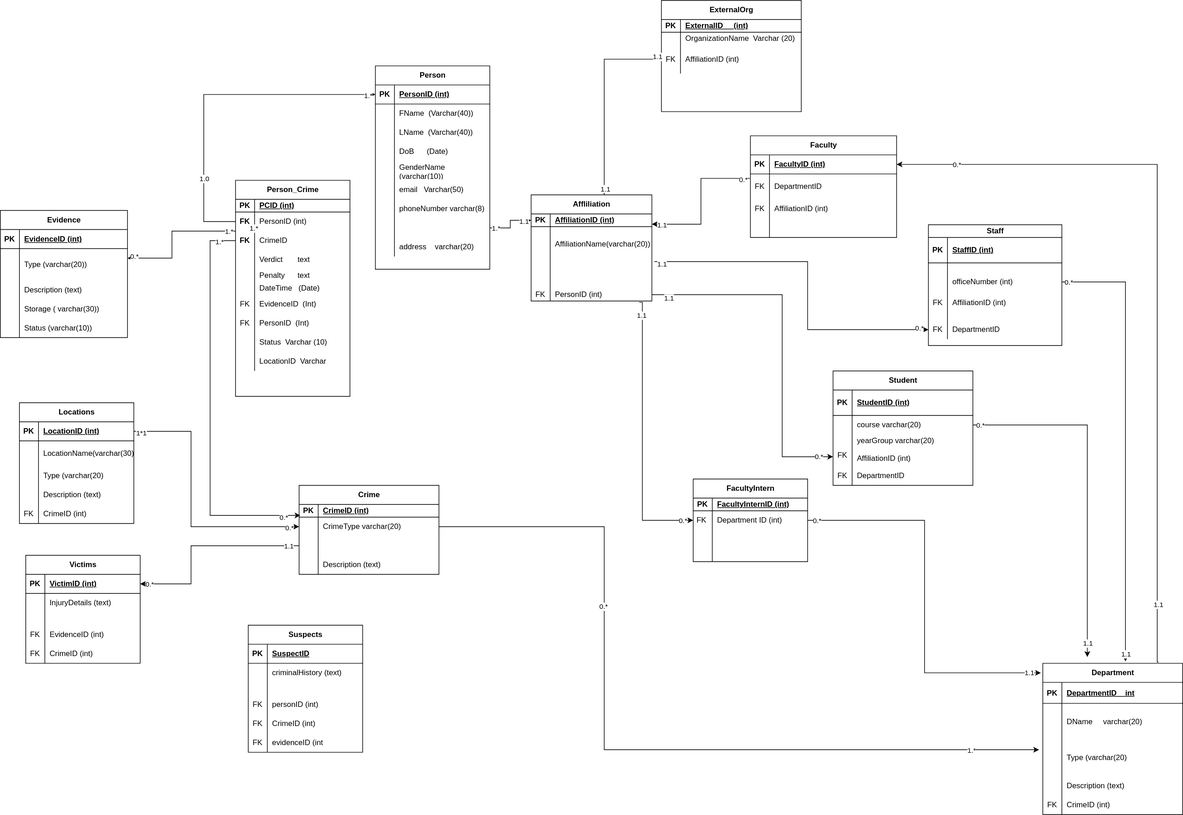
Before: Untitled Diagram.drawio.svg, a diagram exported from draw.io (Priscile2/Diagrams). Source tidied: cells renumbered, new cells last; positions are measured from the earlier drawing's top-left corner, leaving out a move shared by most shapes.
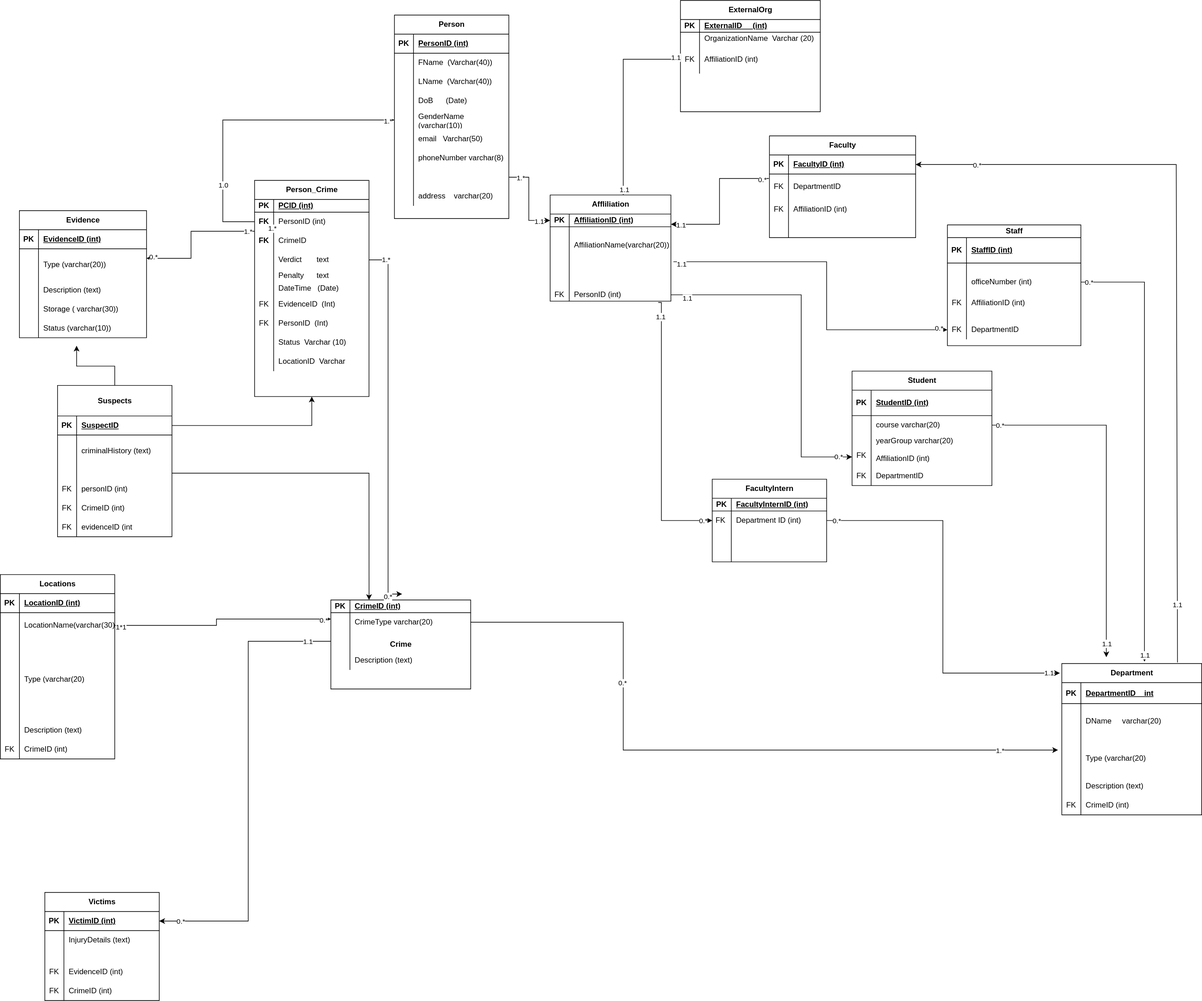
The same file after the commit.

Change to the diagram source:
```diff
@@ -3,7 +3,7 @@
     <mxCell id="0" />
     <mxCell id="1" parent="0" />
     <mxCell id="2" value="Person" style="shape=table;startSize=30;rowLines=0;fontStyle=1;align=center;html=1;" parent="1" vertex="1">
-      <mxGeometry x="590" y="103" width="180" height="320" as="geometry" />
+      <mxGeometry x="590" y="23" width="180" height="320" as="geometry" />
     </mxCell>
     <mxCell id="3" style="shape=tableRow;horizontal=0;startSize=0;swimlaneHead=0;swimlaneBody=0;fillColor=none;points=[[0,0.5],[1,0.5]];portConstraint=eastwest;top=0;left=0;right=0;bottom=1;" parent="2" vertex="1">
       <mxGeometry y="30" width="180" height="30" as="geometry" />
@@ -494,11 +494,11 @@
     <mxCell id="163" value="0.*" style="edgeLabel;html=1;align=center;verticalAlign=middle;" parent="161" vertex="1">
       <mxGeometry x="-0.4" y="-2" relative="1" as="geometry" />
     </mxCell>
-    <mxCell id="164" value="Crime" style="shape=table;startSize=30;rowLines=0;fontStyle=1;align=center;html=1;" parent="1" vertex="1">
-      <mxGeometry x="470" y="763" width="220" height="140" as="geometry" />
+    <mxCell id="164" value="Crime" style="shape=table;startSize=0;rowLines=0;fontStyle=1;align=center;html=1;" parent="1" vertex="1">
+      <mxGeometry x="490" y="943" width="220" height="140" as="geometry" />
     </mxCell>
     <mxCell id="165" style="shape=tableRow;horizontal=0;startSize=0;swimlaneHead=0;swimlaneBody=0;fillColor=none;points=[[0,0.5],[1,0.5]];portConstraint=eastwest;top=0;left=0;right=0;bottom=1;" parent="164" vertex="1">
-      <mxGeometry y="30" width="220" height="20" as="geometry" />
+      <mxGeometry width="220" height="20" as="geometry" />
     </mxCell>
     <mxCell id="166" value="PK" style="shape=partialRectangle;fillColor=none;top=0;left=0;bottom=0;right=0;fontStyle=1;overflow=hidden;whiteSpace=wrap;html=1;" parent="165" vertex="1">
       <mxGeometry width="30" height="20" as="geometry" />
@@ -507,7 +507,7 @@
       <mxGeometry x="30" width="190" height="20" as="geometry" />
     </mxCell>
     <mxCell id="168" style="shape=tableRow;horizontal=0;startSize=0;swimlaneHead=0;swimlaneBody=0;fillColor=none;points=[[0,0.5],[1,0.5]];portConstraint=eastwest;top=0;left=0;right=0;bottom=0;" parent="164" vertex="1">
-      <mxGeometry y="50" width="220" height="30" as="geometry" />
+      <mxGeometry y="20" width="220" height="30" as="geometry" />
     </mxCell>
     <mxCell id="169" style="shape=partialRectangle;fillColor=none;top=0;left=0;bottom=0;right=0;overflow=hidden;whiteSpace=wrap;html=1;" parent="168" vertex="1">
       <mxGeometry width="30" height="30" as="geometry" />
@@ -516,7 +516,7 @@
       <mxGeometry x="30" width="190" height="30" as="geometry" />
     </mxCell>
     <mxCell id="171" style="shape=tableRow;horizontal=0;startSize=0;swimlaneHead=0;swimlaneBody=0;fillColor=none;points=[[0,0.5],[1,0.5]];portConstraint=eastwest;top=0;left=0;right=0;bottom=0;" parent="164" vertex="1">
-      <mxGeometry y="80" width="220" height="30" as="geometry" />
+      <mxGeometry y="50" width="220" height="30" as="geometry" />
     </mxCell>
     <mxCell id="172" style="shape=partialRectangle;fillColor=none;top=0;left=0;bottom=0;right=0;overflow=hidden;whiteSpace=wrap;html=1;" parent="171" vertex="1">
       <mxGeometry width="30" height="30" as="geometry" />
@@ -525,7 +525,7 @@
       <mxGeometry x="30" width="190" height="30" as="geometry" />
     </mxCell>
     <mxCell id="174" style="shape=tableRow;horizontal=0;startSize=0;swimlaneHead=0;swimlaneBody=0;fillColor=none;top=0;left=0;right=0;bottom=0;" parent="164" vertex="1">
-      <mxGeometry y="110" width="220" height="30" as="geometry" />
+      <mxGeometry y="80" width="220" height="30" as="geometry" />
     </mxCell>
     <mxCell id="175" style="shape=partialRectangle;fillColor=none;top=0;left=0;bottom=0;right=0;overflow=hidden;whiteSpace=wrap;html=1;" parent="174" vertex="1">
       <mxGeometry width="30" height="30" as="geometry" />
@@ -534,7 +534,7 @@
       <mxGeometry x="30" width="190" height="30" as="geometry" />
     </mxCell>
     <mxCell id="177" value="Victims" style="shape=table;startSize=30;rowLines=0;fontStyle=1;align=center;html=1;" parent="1" vertex="1">
-      <mxGeometry x="40" y="873" width="180" height="170" as="geometry" />
+      <mxGeometry x="40" y="1403" width="180" height="170" as="geometry" />
     </mxCell>
     <mxCell id="178" style="shape=tableRow;horizontal=0;startSize=0;swimlaneHead=0;swimlaneBody=0;fillColor=none;points=[[0,0.5],[1,0.5]];portConstraint=eastwest;top=0;left=0;right=0;bottom=1;" parent="177" vertex="1">
       <mxGeometry y="30" width="180" height="30" as="geometry" />
@@ -621,7 +621,7 @@
       <mxGeometry x="30" width="150" height="20" as="geometry" />
     </mxCell>
     <mxCell id="206" value="Locations" style="shape=table;startSize=30;rowLines=0;fontStyle=1;align=center;html=1;" parent="1" vertex="1">
-      <mxGeometry x="30" y="633" width="180" height="190" as="geometry" />
+      <mxGeometry x="-30" y="903" width="180" height="290" as="geometry" />
     </mxCell>
     <mxCell id="207" style="shape=tableRow;horizontal=0;startSize=0;swimlaneHead=0;swimlaneBody=0;fillColor=none;points=[[0,0.5],[1,0.5]];portConstraint=eastwest;top=0;left=0;right=0;bottom=1;" parent="206" vertex="1">
       <mxGeometry y="30" width="180" height="30" as="geometry" />
@@ -642,16 +642,16 @@
       <mxGeometry x="30" width="150" height="40" as="geometry" />
     </mxCell>
     <mxCell id="213" style="shape=tableRow;horizontal=0;startSize=0;swimlaneHead=0;swimlaneBody=0;fillColor=none;top=0;left=0;right=0;bottom=0;" parent="206" vertex="1">
-      <mxGeometry y="100" width="180" height="30" as="geometry" />
+      <mxGeometry y="100" width="180" height="130" as="geometry" />
     </mxCell>
     <mxCell id="214" style="shape=partialRectangle;fillColor=none;top=0;left=0;bottom=0;right=0;overflow=hidden;whiteSpace=wrap;html=1;" parent="213" vertex="1">
-      <mxGeometry width="30" height="30" as="geometry" />
+      <mxGeometry width="30" height="130" as="geometry" />
     </mxCell>
     <mxCell id="215" value="Type (varchar(20)" style="shape=partialRectangle;fillColor=none;top=0;left=0;bottom=0;right=0;align=left;spacingLeft=6;overflow=hidden;whiteSpace=wrap;html=1;" parent="213" vertex="1">
-      <mxGeometry x="30" width="150" height="30" as="geometry" />
+      <mxGeometry x="30" width="150" height="130" as="geometry" />
     </mxCell>
     <mxCell id="216" style="shape=tableRow;horizontal=0;startSize=0;swimlaneHead=0;swimlaneBody=0;fillColor=none;top=0;left=0;right=0;bottom=0;" parent="206" vertex="1">
-      <mxGeometry y="130" width="180" height="30" as="geometry" />
+      <mxGeometry y="230" width="180" height="30" as="geometry" />
     </mxCell>
     <mxCell id="217" style="shape=partialRectangle;fillColor=none;top=0;left=0;bottom=0;right=0;overflow=hidden;whiteSpace=wrap;html=1;" parent="216" vertex="1">
       <mxGeometry width="30" height="30" as="geometry" />
@@ -660,7 +660,7 @@
       <mxGeometry x="30" width="150" height="30" as="geometry" />
     </mxCell>
     <mxCell id="219" style="shape=tableRow;horizontal=0;startSize=0;swimlaneHead=0;swimlaneBody=0;fillColor=none;top=0;left=0;right=0;bottom=0;" parent="206" vertex="1">
-      <mxGeometry y="160" width="180" height="30" as="geometry" />
+      <mxGeometry y="260" width="180" height="30" as="geometry" />
     </mxCell>
     <mxCell id="220" value="FK" style="shape=partialRectangle;fillColor=none;top=0;left=0;bottom=0;right=0;overflow=hidden;whiteSpace=wrap;html=1;" parent="219" vertex="1">
       <mxGeometry width="30" height="30" as="geometry" />
@@ -677,7 +677,7 @@
     <mxCell id="224" value="1.1" style="edgeLabel;html=1;align=center;verticalAlign=middle;" parent="222" vertex="1">
       <mxGeometry x="0.72" y="-1" relative="1" as="geometry" />
     </mxCell>
-    <mxCell id="225" style="edgeStyle=elbowEdgeStyle;rounded=0;jettySize=auto;html=1;exitX=0;exitY=0.5;exitDx=0;exitDy=0;" parent="1" edge="1" source="82" target="3">
+    <mxCell id="225" style="edgeStyle=elbowEdgeStyle;rounded=0;jettySize=auto;html=1;exitX=0;exitY=0.5;exitDx=0;exitDy=0;entryX=0;entryY=0.5;entryDx=0;entryDy=0;" parent="1" edge="1" source="82" target="15">
       <mxGeometry relative="1" as="geometry">
         <Array as="points">
           <mxPoint x="320" y="193" />
@@ -690,10 +690,10 @@
     <mxCell id="227" value="1.0" style="edgeLabel;html=1;align=center;verticalAlign=middle;" parent="225" vertex="1">
       <mxGeometry x="-0.55" relative="1" as="geometry" />
     </mxCell>
-    <mxCell id="228" style="edgeStyle=elbowEdgeStyle;rounded=0;jettySize=auto;html=1;exitX=0;exitY=0.5;exitDx=0;exitDy=0;entryX=0.009;entryY=0.867;entryDx=0;entryDy=0;entryPerimeter=0;" parent="1" edge="1" source="85" target="165">
+    <mxCell id="228" style="edgeStyle=elbowEdgeStyle;rounded=0;jettySize=auto;html=1;exitX=1;exitY=0.5;exitDx=0;exitDy=0;entryX=0.51;entryY=-0.467;entryDx=0;entryDy=0;entryPerimeter=0;" parent="1" edge="1" source="88" target="165">
       <mxGeometry relative="1" as="geometry">
         <Array as="points">
-          <mxPoint x="330" y="733" />
+          <mxPoint x="580" y="663" />
         </Array>
       </mxGeometry>
     </mxCell>
@@ -815,7 +815,7 @@
     <mxCell id="253" style="edgeStyle=elbowEdgeStyle;rounded=0;jettySize=auto;html=1;entryX=1;entryY=0.5;entryDx=0;entryDy=0;exitX=0;exitY=0.5;exitDx=0;exitDy=0;" parent="1" edge="1" source="171" target="178">
       <mxGeometry relative="1" as="geometry">
         <Array as="points">
-          <mxPoint x="300" y="933" />
+          <mxPoint x="360" y="993" />
         </Array>
       </mxGeometry>
     </mxCell>
@@ -825,10 +825,12 @@
     <mxCell id="255" value="0.*" style="edgeLabel;html=1;align=center;verticalAlign=middle;" parent="253" vertex="1">
       <mxGeometry x="0.91" relative="1" as="geometry" />
     </mxCell>
-    <mxCell id="256" style="edgeStyle=elbowEdgeStyle;rounded=0;jettySize=auto;html=1;exitX=1;exitY=0.5;exitDx=0;exitDy=0;entryX=0;entryY=0.5;entryDx=0;entryDy=0;" parent="1" edge="1" source="207" target="168">
+    <mxCell id="256" style="edgeStyle=elbowEdgeStyle;rounded=0;orthogonalLoop=1;jettySize=auto;html=1;exitX=1;exitY=0.5;exitDx=0;exitDy=0;entryX=0;entryY=0.5;entryDx=0;entryDy=0;" parent="1" edge="1">
       <mxGeometry relative="1" as="geometry">
+        <mxPoint x="150" y="983" as="sourcePoint" />
+        <mxPoint x="490" y="973" as="targetPoint" />
         <Array as="points">
-          <mxPoint x="300" y="813" />
+          <mxPoint x="310" y="888" />
         </Array>
       </mxGeometry>
     </mxCell>
@@ -899,11 +901,20 @@
     <mxCell id="275" value="1.1" style="edgeLabel;html=1;align=center;verticalAlign=middle;" parent="273" vertex="1">
       <mxGeometry x="0.94" y="1" relative="1" as="geometry" />
     </mxCell>
+    <mxCell id="295" style="edgeStyle=orthogonalEdgeStyle;rounded=0;jettySize=auto;html=1;exitX=0.5;exitY=0;exitDx=0;exitDy=0;" parent="1" edge="1" source="276">
+      <mxGeometry relative="1" as="geometry">
+        <mxPoint x="90" y="543" as="targetPoint" />
+        <Array as="points">
+          <mxPoint x="150" y="575" />
+          <mxPoint x="90" y="575" />
+        </Array>
+      </mxGeometry>
+    </mxCell>
-    <mxCell id="276" value="Suspects" style="shape=table;startSize=30;rowLines=0;fontStyle=1;align=center;html=1;" parent="1" vertex="1">
-      <mxGeometry x="390" y="983" width="180" height="200" as="geometry" />
+    <mxCell id="276" value="Suspects" style="shape=table;startSize=48;rowLines=0;fontStyle=1;align=center;html=1;" parent="1" vertex="1">
+      <mxGeometry x="60" y="605.5" width="180" height="238" as="geometry" />
     </mxCell>
     <mxCell id="277" style="shape=tableRow;horizontal=0;startSize=0;swimlaneHead=0;swimlaneBody=0;fillColor=none;points=[[0,0.5],[1,0.5]];portConstraint=eastwest;top=0;left=0;right=0;bottom=1;" parent="276" vertex="1">
-      <mxGeometry y="30" width="180" height="30" as="geometry" />
+      <mxGeometry y="48" width="180" height="30" as="geometry" />
     </mxCell>
     <mxCell id="278" value="PK" style="shape=partialRectangle;fillColor=none;top=0;left=0;bottom=0;right=0;fontStyle=1;overflow=hidden;whiteSpace=wrap;html=1;" parent="277" vertex="1">
       <mxGeometry width="30" height="30" as="geometry" />
@@ -912,16 +923,16 @@
       <mxGeometry x="30" width="150" height="30" as="geometry" />
     </mxCell>
     <mxCell id="280" style="shape=tableRow;horizontal=0;startSize=0;swimlaneHead=0;swimlaneBody=0;fillColor=none;top=0;left=0;right=0;bottom=0;" parent="276" vertex="1">
-      <mxGeometry y="60" width="180" height="30" as="geometry" />
+      <mxGeometry y="78" width="180" height="50" as="geometry" />
     </mxCell>
     <mxCell id="281" style="shape=partialRectangle;fillColor=none;top=0;left=0;bottom=0;right=0;overflow=hidden;whiteSpace=wrap;html=1;" parent="280" vertex="1">
-      <mxGeometry width="30" height="30" as="geometry" />
+      <mxGeometry width="30" height="50" as="geometry" />
     </mxCell>
     <mxCell id="282" value="criminalHistory (text)" style="shape=partialRectangle;fillColor=none;top=0;left=0;bottom=0;right=0;align=left;spacingLeft=6;overflow=hidden;whiteSpace=wrap;html=1;" parent="280" vertex="1">
-      <mxGeometry x="30" width="150" height="30" as="geometry" />
+      <mxGeometry x="30" width="150" height="50" as="geometry" />
     </mxCell>
     <mxCell id="283" style="shape=tableRow;horizontal=0;startSize=0;swimlaneHead=0;swimlaneBody=0;fillColor=none;points=[[0,0.5],[1,0.5]];portConstraint=eastwest;top=0;left=0;right=0;bottom=0;" parent="276" vertex="1">
-      <mxGeometry y="90" width="180" height="20" as="geometry" />
+      <mxGeometry y="128" width="180" height="20" as="geometry" />
     </mxCell>
     <mxCell id="284" style="shape=partialRectangle;fillColor=none;top=0;left=0;bottom=0;right=0;overflow=hidden;whiteSpace=wrap;html=1;" parent="283" vertex="1">
       <mxGeometry width="30" height="20" as="geometry" />
@@ -930,7 +941,7 @@
       <mxGeometry x="30" width="150" height="20" as="geometry" />
     </mxCell>
     <mxCell id="286" style="shape=tableRow;horizontal=0;startSize=0;swimlaneHead=0;swimlaneBody=0;fillColor=none;top=0;left=0;right=0;bottom=0;" parent="276" vertex="1">
-      <mxGeometry y="110" width="180" height="30" as="geometry" />
+      <mxGeometry y="148" width="180" height="30" as="geometry" />
     </mxCell>
     <mxCell id="287" value="FK" style="shape=partialRectangle;fillColor=none;top=0;left=0;bottom=0;right=0;overflow=hidden;whiteSpace=wrap;html=1;" parent="286" vertex="1">
       <mxGeometry width="30" height="30" as="geometry" />
@@ -939,7 +950,7 @@
       <mxGeometry x="30" width="150" height="30" as="geometry" />
     </mxCell>
     <mxCell id="289" style="shape=tableRow;horizontal=0;startSize=0;swimlaneHead=0;swimlaneBody=0;fillColor=none;top=0;left=0;right=0;bottom=0;" parent="276" vertex="1">
-      <mxGeometry y="140" width="180" height="30" as="geometry" />
+      <mxGeometry y="178" width="180" height="30" as="geometry" />
     </mxCell>
     <mxCell id="290" value="FK" style="shape=partialRectangle;fillColor=none;top=0;left=0;bottom=0;right=0;overflow=hidden;whiteSpace=wrap;html=1;" parent="289" vertex="1">
       <mxGeometry width="30" height="30" as="geometry" />
@@ -948,7 +959,7 @@
       <mxGeometry x="30" width="150" height="30" as="geometry" />
     </mxCell>
     <mxCell id="292" style="shape=tableRow;horizontal=0;startSize=0;swimlaneHead=0;swimlaneBody=0;fillColor=none;top=0;left=0;right=0;bottom=0;" parent="276" vertex="1">
-      <mxGeometry y="170" width="180" height="30" as="geometry" />
+      <mxGeometry y="208" width="180" height="30" as="geometry" />
     </mxCell>
     <mxCell id="293" value="FK" style="shape=partialRectangle;fillColor=none;top=0;left=0;bottom=0;right=0;overflow=hidden;whiteSpace=wrap;html=1;" parent="292" vertex="1">
       <mxGeometry width="30" height="30" as="geometry" />
@@ -956,5 +967,11 @@
     <mxCell id="294" value="evidenceID (int" style="shape=partialRectangle;fillColor=none;top=0;left=0;bottom=0;right=0;align=left;spacingLeft=6;overflow=hidden;whiteSpace=wrap;html=1;" parent="292" vertex="1">
       <mxGeometry x="30" width="150" height="30" as="geometry" />
     </mxCell>
+    <mxCell id="296" style="edgeStyle=orthogonalEdgeStyle;rounded=0;jettySize=auto;html=1;exitX=1;exitY=0.5;exitDx=0;exitDy=0;entryX=0.273;entryY=0;entryDx=0;entryDy=0;entryPerimeter=0;" parent="1" edge="1" source="283" target="165">
+      <mxGeometry relative="1" as="geometry" />
+    </mxCell>
+    <mxCell id="297" style="edgeStyle=orthogonalEdgeStyle;rounded=0;jettySize=auto;html=1;exitX=1;exitY=0.5;exitDx=0;exitDy=0;entryX=0.5;entryY=1;entryDx=0;entryDy=0;" parent="1" edge="1" source="277" target="78">
+      <mxGeometry relative="1" as="geometry" />
+    </mxCell>
   </root>
 </mxGraphModel>
```
